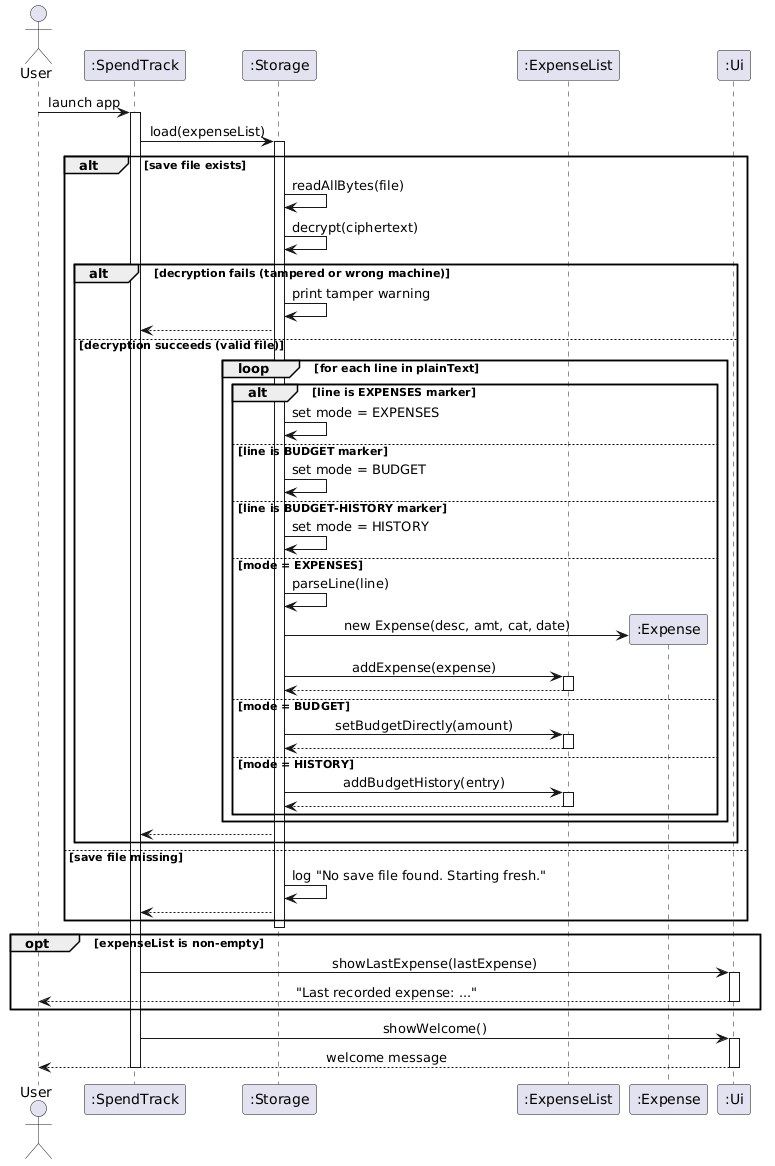
The PlantUML diagram docs/images/StorageLoadSequence.png in AbhijitBalajee/tp, before a commit.
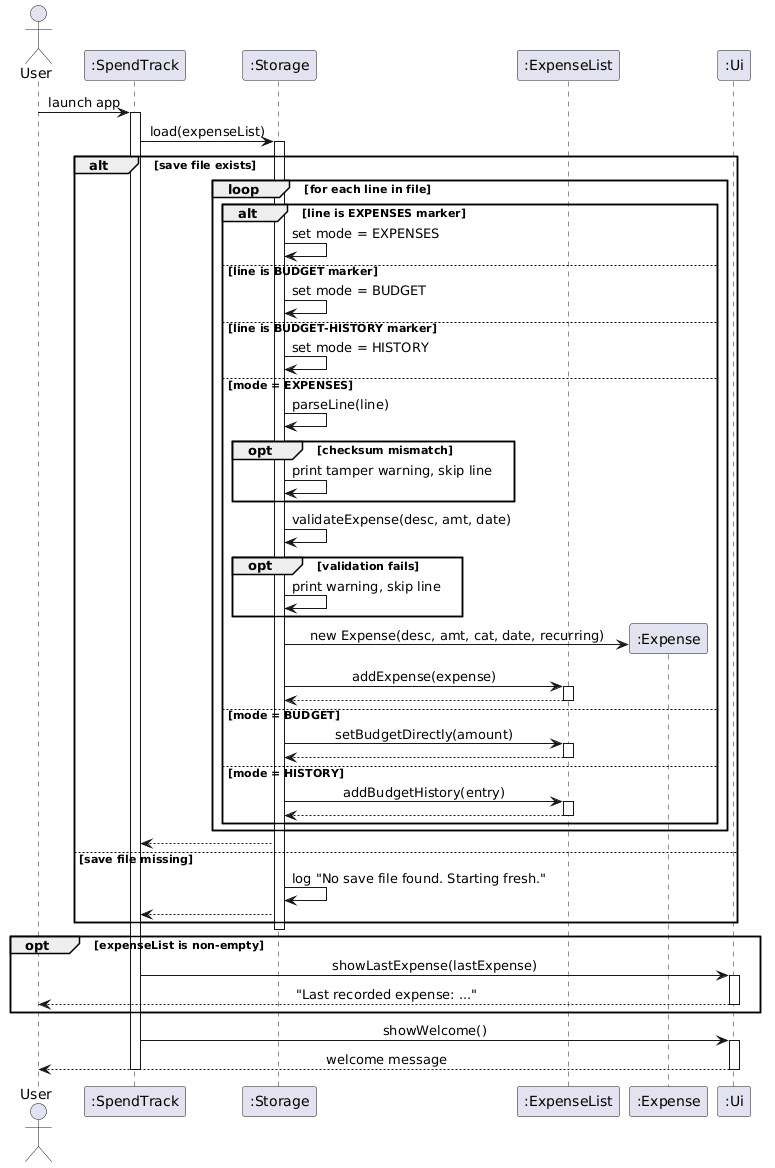
Above is the later version.

Commit message:
fix: remove AES encryption, use plain-text save with per-line CRC32 checksum, update DG/UG

Diff of the diagram source:
```diff
@@ -17,41 +17,40 @@
 activate S
 
 alt save file exists
-    S -> S : readAllBytes(file)
-    S -> S : decrypt(ciphertext)
-
-    alt decryption fails (tampered or wrong machine)
-        S -> S : print tamper warning
-        S --> ST
-    else decryption succeeds (valid file)
-        loop for each line in plainText
-            alt line is EXPENSES marker
-                S -> S : set mode = EXPENSES
-            else line is BUDGET marker
-                S -> S : set mode = BUDGET
-            else line is BUDGET-HISTORY marker
-                S -> S : set mode = HISTORY
-            else mode = EXPENSES
-                S -> S : parseLine(line)
-                S -> E ** : new Expense(desc, amt, cat, date)
-                S -> EL : addExpense(expense)
-                activate EL
-                EL --> S
-                deactivate EL
-            else mode = BUDGET
-                S -> EL : setBudgetDirectly(amount)
-                activate EL
-                EL --> S
-                deactivate EL
-            else mode = HISTORY
-                S -> EL : addBudgetHistory(entry)
-                activate EL
-                EL --> S
-                deactivate EL
+    loop for each line in file
+        alt line is EXPENSES marker
+            S -> S : set mode = EXPENSES
+        else line is BUDGET marker
+            S -> S : set mode = BUDGET
+        else line is BUDGET-HISTORY marker
+            S -> S : set mode = HISTORY
+        else mode = EXPENSES
+            S -> S : parseLine(line)
+            opt checksum mismatch
+                S -> S : print tamper warning, skip line
             end
+            S -> S : validateExpense(desc, amt, date)
+            opt validation fails
+                S -> S : print warning, skip line
+            end
+            S -> E ** : new Expense(desc, amt, cat, date, recurring)
+            S -> EL : addExpense(expense)
+            activate EL
+            EL --> S
+            deactivate EL
+        else mode = BUDGET
+            S -> EL : setBudgetDirectly(amount)
+            activate EL
+            EL --> S
+            deactivate EL
+        else mode = HISTORY
+            S -> EL : addBudgetHistory(entry)
+            activate EL
+            EL --> S
+            deactivate EL
         end
-        S --> ST
     end
+    S --> ST
 else save file missing
     S -> S : log "No save file found. Starting fresh."
     S --> ST
```
